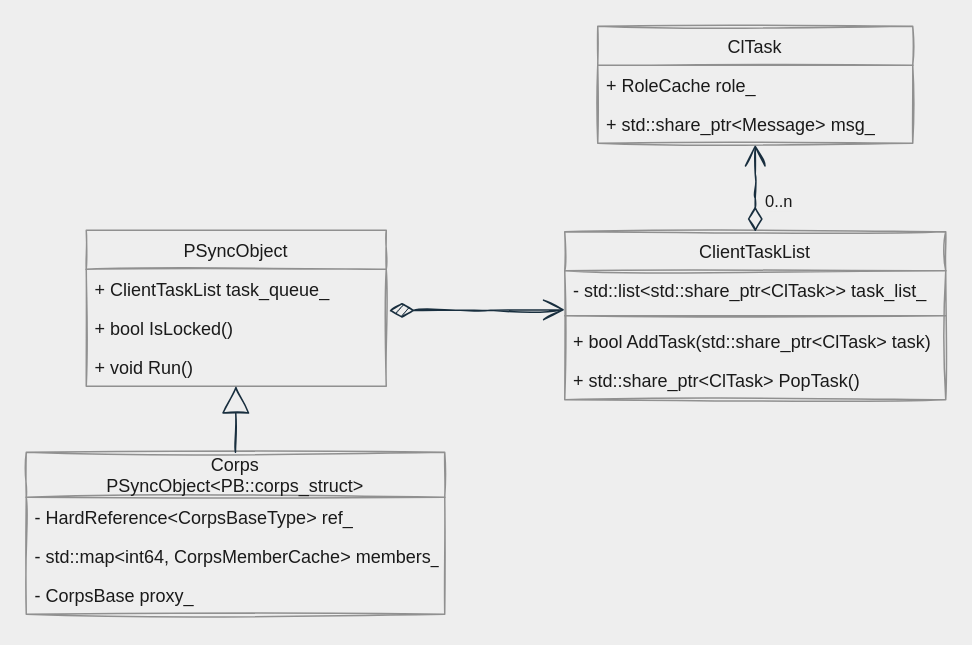
Earlier version of the draw.io diagram page "第 4 页" (4 of 5) of Untitled Diagram.drawio (hsoul/lqua). Source tidied: cells renumbered, new cells numbered last; positions are measured from the earlier drawing's top-left corner, leaving out a move shared by most shapes. Both pictures are drawn from the tidied source at 150%, with x=0, y=0 at pixel (26, 26).
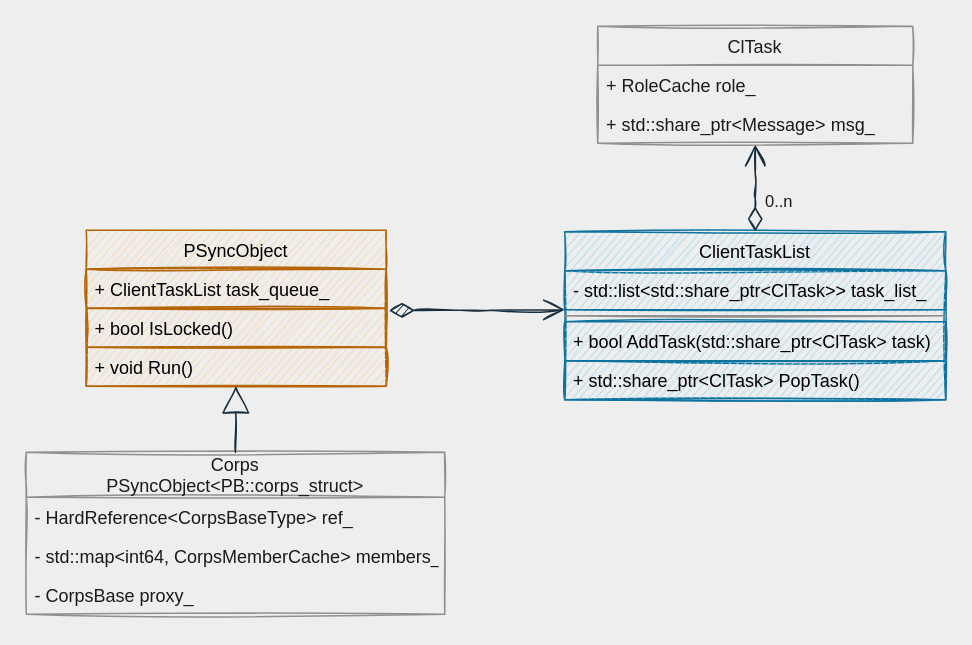
The same page after the edit.

Change to the diagram source:
```diff
@@
-    <mxCell id="6" value="ClientTaskList" style="swimlane;fontStyle=0;horizontal=1;startSize=26;fillColor=none;shadow=0;fontFamily=Helvetica;fontSize=12;align=center;strokeColor=#909090;fontColor=#1A1A1A;sketch=1;" parent="1" vertex="1">
+    <mxCell id="6" value="ClientTaskList" style="swimlane;fontStyle=0;horizontal=1;startSize=26;fillColor=#b1ddf0;shadow=0;fontFamily=Helvetica;fontSize=12;align=center;strokeColor=#10739e;sketch=1;" parent="1" vertex="1">
       <mxGeometry x="359" y="137" width="254" height="112" as="geometry" />
     </mxCell>
-    <mxCell id="7" value="- std::list&lt;std::share_ptr&lt;ClTask&gt;&gt; task_list_" style="text;strokeColor=none;fillColor=none;align=left;verticalAlign=top;spacingLeft=4;spacingRight=4;overflow=hidden;fontColor=#1A1A1A;sketch=1;" parent="6" vertex="1">
+    <mxCell id="7" value="- std::list&lt;std::share_ptr&lt;ClTask&gt;&gt; task_list_" style="text;strokeColor=#10739e;fillColor=#b1ddf0;align=left;verticalAlign=top;spacingLeft=4;spacingRight=4;overflow=hidden;sketch=1;" parent="6" vertex="1">
       <mxGeometry y="26" width="254" height="26" as="geometry" />
     </mxCell>
@@
-    <mxCell id="9" value="+ bool AddTask(std::share_ptr&lt;ClTask&gt; task)" style="text;strokeColor=none;fillColor=none;align=left;verticalAlign=top;spacingLeft=4;spacingRight=4;overflow=hidden;fontColor=#1A1A1A;sketch=1;" parent="6" vertex="1">
+    <mxCell id="9" value="+ bool AddTask(std::share_ptr&lt;ClTask&gt; task)" style="text;strokeColor=#10739e;fillColor=#b1ddf0;align=left;verticalAlign=top;spacingLeft=4;spacingRight=4;overflow=hidden;sketch=1;" parent="6" vertex="1">
       <mxGeometry y="60" width="254" height="26" as="geometry" />
     </mxCell>
-    <mxCell id="10" value="+ std::share_ptr&lt;ClTask&gt; PopTask()" style="text;strokeColor=none;fillColor=none;align=left;verticalAlign=top;spacingLeft=4;spacingRight=4;overflow=hidden;fontColor=#1A1A1A;sketch=1;" parent="6" vertex="1">
+    <mxCell id="10" value="+ std::share_ptr&lt;ClTask&gt; PopTask()" style="text;strokeColor=#10739e;fillColor=#b1ddf0;align=left;verticalAlign=top;spacingLeft=4;spacingRight=4;overflow=hidden;sketch=1;" parent="6" vertex="1">
       <mxGeometry y="86" width="254" height="26" as="geometry" />
     </mxCell>
@@
-    <mxCell id="14" value="PSyncObject" style="swimlane;fontStyle=0;horizontal=1;startSize=26;fillColor=none;shadow=0;fontFamily=Helvetica;fontSize=12;align=center;strokeColor=#909090;fontColor=#1A1A1A;sketch=1;" parent="1" vertex="1">
+    <mxCell id="14" value="PSyncObject" style="swimlane;fontStyle=0;horizontal=1;startSize=26;fillColor=#fad7ac;shadow=0;fontFamily=Helvetica;fontSize=12;align=center;strokeColor=#b46504;sketch=1;" parent="1" vertex="1">
       <mxGeometry x="40" y="136" width="200" height="104" as="geometry" />
     </mxCell>
-    <mxCell id="15" value="+ ClientTaskList task_queue_" style="text;strokeColor=none;fillColor=none;align=left;verticalAlign=top;spacingLeft=4;spacingRight=4;overflow=hidden;fontColor=#1A1A1A;sketch=1;" parent="14" vertex="1">
+    <mxCell id="15" value="+ ClientTaskList task_queue_" style="text;strokeColor=#b46504;fillColor=#fad7ac;align=left;verticalAlign=top;spacingLeft=4;spacingRight=4;overflow=hidden;sketch=1;" parent="14" vertex="1">
       <mxGeometry y="26" width="200" height="26" as="geometry" />
     </mxCell>
-    <mxCell id="16" value="+ bool IsLocked()" style="text;strokeColor=none;fillColor=none;align=left;verticalAlign=top;spacingLeft=4;spacingRight=4;overflow=hidden;points=[[0,0.5],[1,0.5]];portConstraint=eastwest;fontColor=#1A1A1A;sketch=1;" parent="14" vertex="1">
+    <mxCell id="16" value="+ bool IsLocked()" style="text;strokeColor=#b46504;fillColor=#fad7ac;align=left;verticalAlign=top;spacingLeft=4;spacingRight=4;overflow=hidden;points=[[0,0.5],[1,0.5]];portConstraint=eastwest;sketch=1;" parent="14" vertex="1">
       <mxGeometry y="52" width="200" height="26" as="geometry" />
     </mxCell>
-    <mxCell id="17" value="+ void Run()" style="text;strokeColor=none;fillColor=none;align=left;verticalAlign=top;spacingLeft=4;spacingRight=4;overflow=hidden;points=[[0,0.5],[1,0.5]];portConstraint=eastwest;fontColor=#1A1A1A;sketch=1;" parent="14" vertex="1">
+    <mxCell id="17" value="+ void Run()" style="text;strokeColor=#b46504;fillColor=#fad7ac;align=left;verticalAlign=top;spacingLeft=4;spacingRight=4;overflow=hidden;points=[[0,0.5],[1,0.5]];portConstraint=eastwest;sketch=1;" parent="14" vertex="1">
       <mxGeometry y="78" width="200" height="26" as="geometry" />
     </mxCell>
```
